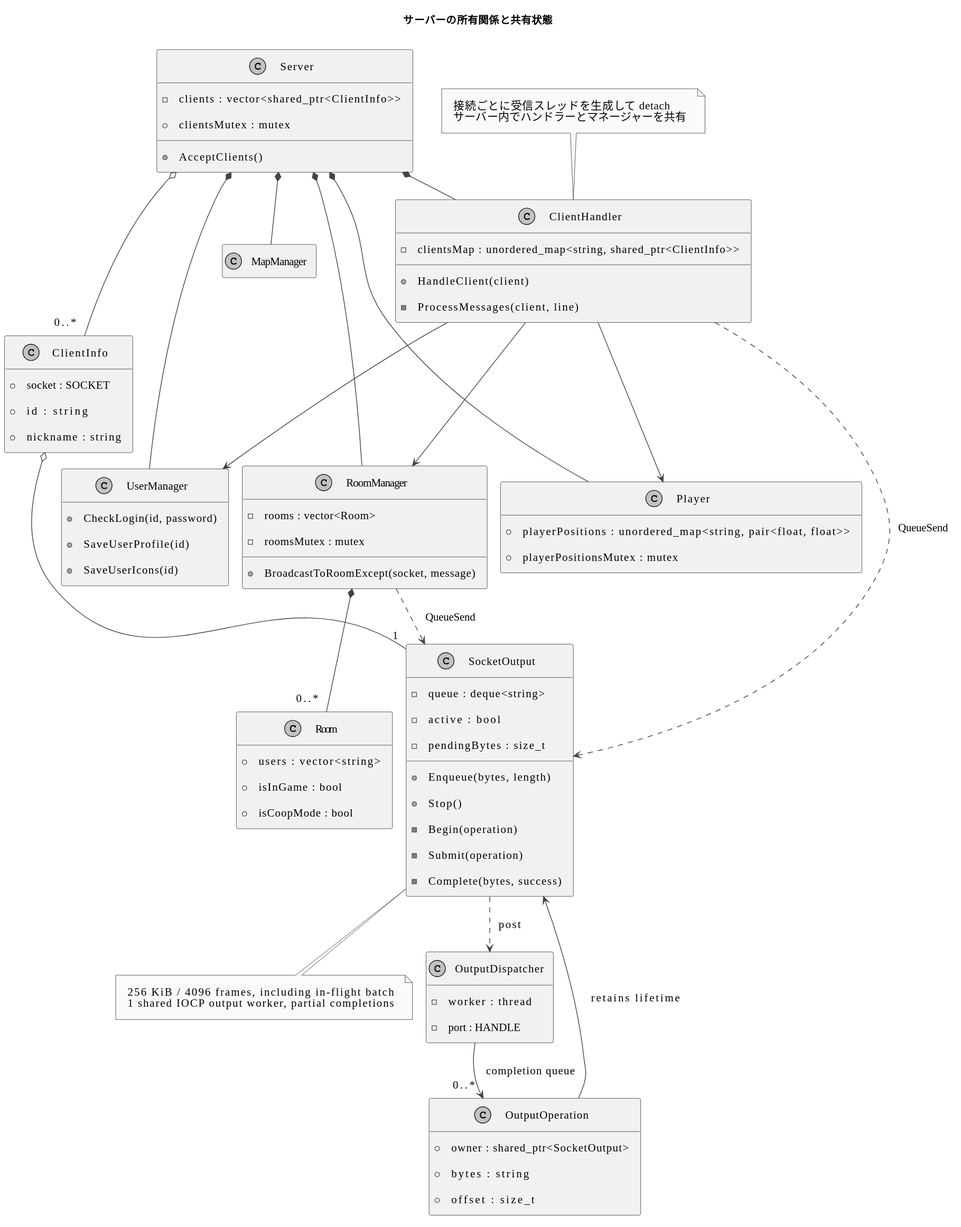
Above: docs/engineering/diagrams/server-classes-ja.svg in YSL-RyuDo/BnBServer (PlantUML), before the change. Source of this version:
```plantuml
@startuml
!pragma layout smetana
skinparam monochrome true
skinparam shadowing false
skinparam backgroundColor white
skinparam defaultFontName "MS Gothic"
skinparam defaultFontSize 15
skinparam ArrowColor #444444
skinparam Padding 10
skinparam sequenceMessageAlign center
hide footbox
title サーバーの所有関係と共有状態
hide empty members
class Server {
  - clients : vector<shared_ptr<ClientInfo>>
  + clientsMutex : mutex
  + AcceptClients()
}
class ClientHandler {
  - clientsMap : unordered_map<string, shared_ptr<ClientInfo>>
  + HandleClient(client)
  - ProcessMessages(client, line)
}
class ClientInfo {
  + socket : SOCKET
  + id : string
  + nickname : string
}
class RoomManager {
  - rooms : vector<Room>
  - roomsMutex : mutex
  + BroadcastToRoomExcept(socket, message)
}
class Room {
  + users : vector<string>
  + isInGame : bool
  + isCoopMode : bool
}
class UserManager {
  + CheckLogin(id, password)
  + SaveUserProfile(id)
  + SaveUserIcons(id)
}
class Player {
  + playerPositions : unordered_map<string, pair<float, float>>
  + playerPositionsMutex : mutex
}
Server *-- ClientHandler
Server *-- RoomManager
Server *-- UserManager
Server *-- Player
Server *-- MapManager
Server o-- "0..*" ClientInfo
ClientHandler --> RoomManager
ClientHandler --> UserManager
ClientHandler --> Player
RoomManager *-- "0..*" Room
note top of ClientHandler
接続ごとに受信スレッドを生成して detach
サーバー内でハンドラーとマネージャーを共有
end note
class SocketOutput {
  - queue : deque<string>
  - active : bool
  - pendingBytes : size_t
  + Enqueue(bytes, length)
  + Stop()
  - Begin(operation)
  - Submit(operation)
  - Complete(bytes, success)
}
ClientInfo o-- "1" SocketOutput
ClientHandler ..> SocketOutput : QueueSend
RoomManager ..> SocketOutput : QueueSend
note bottom of SocketOutput
256 KiB / 4096 frames, including in-flight batch
1 shared IOCP output worker, partial completions
end note
class OutputDispatcher {
  - worker : thread
  - port : HANDLE
}
class OutputOperation {
  + owner : shared_ptr<SocketOutput>
  + bytes : string
  + offset : size_t
}
OutputDispatcher --> "0..*" OutputOperation : completion queue
OutputOperation --> SocketOutput : retains lifetime
SocketOutput ..> OutputDispatcher : post
@enduml
```
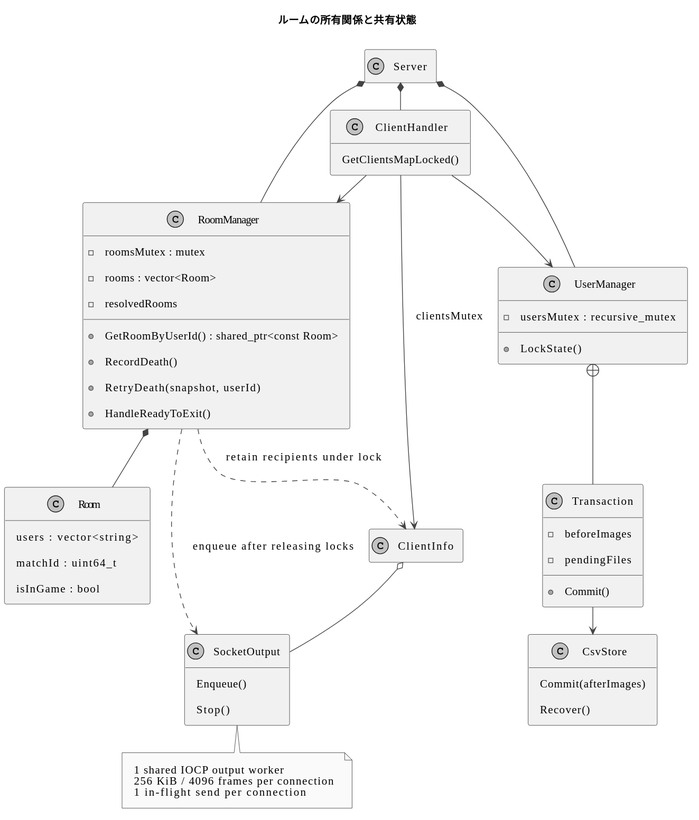
The same diagram one commit later.

The edit, as a diff of the source:
```diff
@@ -9,83 +9,59 @@
 skinparam Padding 10
 skinparam sequenceMessageAlign center
 hide footbox
-title サーバーの所有関係と共有状態
+title ルームの所有関係と共有状態
 hide empty members
-class Server {
-  - clients : vector<shared_ptr<ClientInfo>>
-  + clientsMutex : mutex
-  + AcceptClients()
-}
+class Server
 class ClientHandler {
-  - clientsMap : unordered_map<string, shared_ptr<ClientInfo>>
-  + HandleClient(client)
-  - ProcessMessages(client, line)
-}
-class ClientInfo {
-  + socket : SOCKET
-  + id : string
-  + nickname : string
+  GetClientsMapLocked()
 }
 class RoomManager {
+  - roomsMutex : mutex
   - rooms : vector<Room>
-  - roomsMutex : mutex
-  + BroadcastToRoomExcept(socket, message)
+  - resolvedRooms
+  + GetRoomByUserId() : shared_ptr<const Room>
+  + RecordDeath()
+  + RetryDeath(snapshot, userId)
+  + HandleReadyToExit()
 }
 class Room {
-  + users : vector<string>
-  + isInGame : bool
-  + isCoopMode : bool
+  users : vector<string>
+  matchId : uint64_t
+  isInGame : bool
 }
 class UserManager {
-  + CheckLogin(id, password)
-  + SaveUserProfile(id)
-  + SaveUserIcons(id)
+  - usersMutex : recursive_mutex
+  + LockState()
 }
-class Player {
-  + playerPositions : unordered_map<string, pair<float, float>>
-  + playerPositionsMutex : mutex
+class Transaction {
+  - beforeImages
+  - pendingFiles
+  + Commit()
+}
+class CsvStore {
+  Commit(afterImages)
+  Recover()
+}
+class ClientInfo
+class SocketOutput {
+  Enqueue()
+  Stop()
 }
 Server *-- ClientHandler
 Server *-- RoomManager
 Server *-- UserManager
-Server *-- Player
-Server *-- MapManager
-Server o-- "0..*" ClientInfo
+RoomManager *-- Room
 ClientHandler --> RoomManager
 ClientHandler --> UserManager
-ClientHandler --> Player
-RoomManager *-- "0..*" Room
-note top of ClientHandler
-接続ごとに受信スレッドを生成して detach
-サーバー内でハンドラーとマネージャーを共有
+UserManager +-- Transaction
+Transaction --> CsvStore
+ClientInfo o-- SocketOutput
+RoomManager ..> ClientInfo : retain recipients under lock
+RoomManager ..> SocketOutput : enqueue after releasing locks
+ClientHandler --> ClientInfo : clientsMutex
+note bottom of SocketOutput
+1 shared IOCP output worker
+256 KiB / 4096 frames per connection
+1 in-flight send per connection
 end note
-class SocketOutput {
-  - queue : deque<string>
-  - active : bool
-  - pendingBytes : size_t
-  + Enqueue(bytes, length)
-  + Stop()
-  - Begin(operation)
-  - Submit(operation)
-  - Complete(bytes, success)
-}
-ClientInfo o-- "1" SocketOutput
-ClientHandler ..> SocketOutput : QueueSend
-RoomManager ..> SocketOutput : QueueSend
-note bottom of SocketOutput
-256 KiB / 4096 frames, including in-flight batch
-1 shared IOCP output worker, partial completions
-end note
-class OutputDispatcher {
-  - worker : thread
-  - port : HANDLE
-}
-class OutputOperation {
-  + owner : shared_ptr<SocketOutput>
-  + bytes : string
-  + offset : size_t
-}
-OutputDispatcher --> "0..*" OutputOperation : completion queue
-OutputOperation --> SocketOutput : retains lifetime
-SocketOutput ..> OutputDispatcher : post
 @enduml
```
